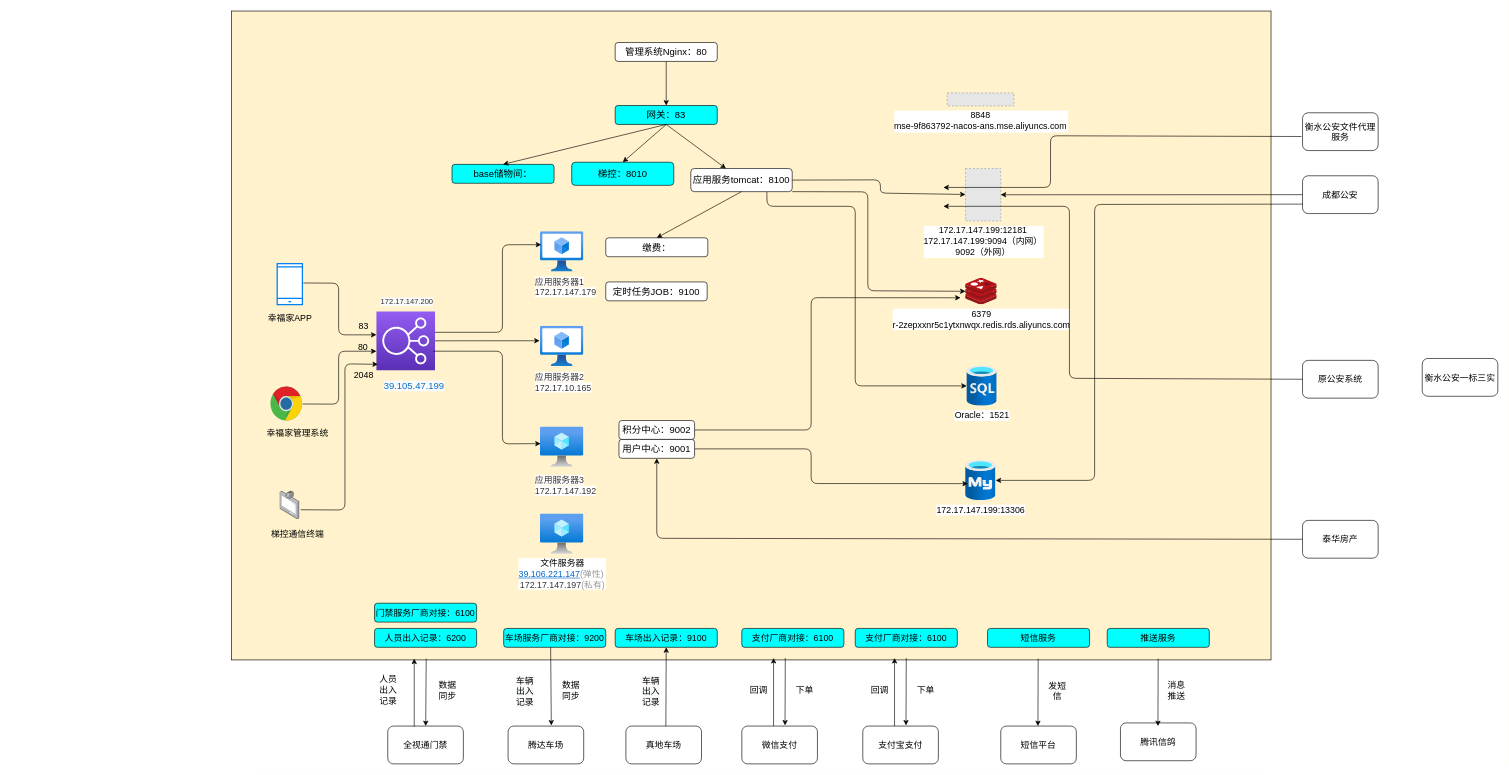
Before: page "幸福家社区" (4 of 4) of heng_community.drawio in jeffmacn/myjava, a draw.io diagram. Source tidied: cells renumbered, new cells numbered last; positions are measured from the earlier drawing's top-left corner, leaving out a move shared by most shapes. Both pictures are drawn from the tidied source at 63%, with x=0, y=0 at pixel (231, 11). Pictures stored in the file or linked from it are replaced by grey dashed boxes.
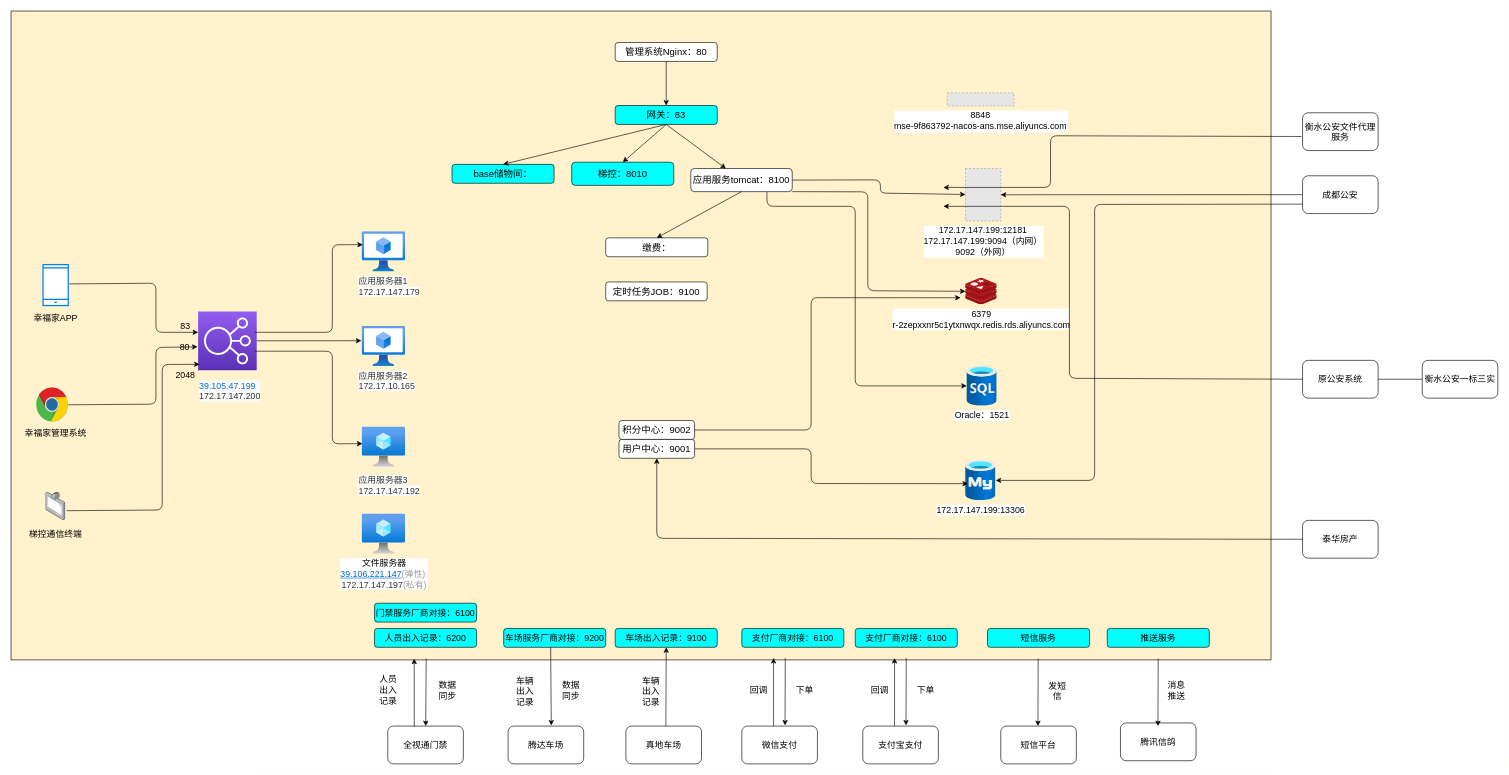
Above is the later version.

Unchanged cells that the change refers to:
```xml
<mxCell id="68" value="原公安系统" style="rounded=1;whiteSpace=wrap;html=1;fontFamily=Helvetica;fontSize=14;" parent="1" vertex="1">
  <mxGeometry x="1700" y="554.5" width="120" height="60" as="geometry" />
</mxCell>
```

What changed in the source:
```diff
@@
     <mxCell id="2" style="rounded=0;whiteSpace=wrap;html=1;fontFamily=Helvetica;fontSize=14;fillColor=#FFF2CC;" parent="1" vertex="1">
-      <mxGeometry width="1650" height="1030" as="geometry" />
+      <mxGeometry x="-350" width="2000" height="1030" as="geometry" />
     </mxCell>
     <mxCell id="3" style="html=1;points=[];align=center;image;fontSize=14;image=img/lib/azure2/compute/Virtual_Machine.svg;" parent="1" vertex="1">
-      <mxGeometry x="490" y="660" width="69" height="64" as="geometry" />
+      <mxGeometry x="207" y="660" width="69" height="64" as="geometry" />
     </mxCell>
     <mxCell id="4" style="html=1;points=[];align=center;image;fontSize=14;image=img/lib/azure2/compute/Virtual_Machines_Classic.svg;" parent="1" vertex="1">
-      <mxGeometry x="490" y="500" width="69" height="64" as="geometry" />
+      <mxGeometry x="207" y="500" width="69" height="64" as="geometry" />
     </mxCell>
     <mxCell id="5" style="html=1;points=[];align=center;image;fontSize=14;image=img/lib/azure2/compute/Virtual_Machines_Classic.svg;" parent="1" vertex="1">
-      <mxGeometry x="490" y="350" width="69" height="64" as="geometry" />
+      <mxGeometry x="207" y="350" width="69" height="64" as="geometry" />
     </mxCell>
     <mxCell id="6" style="outlineConnect=0;fontColor=#232F3E;gradientColor=#945DF2;gradientDirection=north;fillColor=#5A30B5;strokeColor=#ffffff;dashed=0;verticalLabelPosition=bottom;verticalAlign=top;align=center;html=1;fontSize=14;fontStyle=0;shape=mxgraph.aws4.resourceIcon;resIcon=mxgraph.aws4.elastic_load_balancing;" parent="1" vertex="1">
-      <mxGeometry x="230" y="477" width="93" height="93" as="geometry" />
+      <mxGeometry x="-53" y="477" width="93" height="93" as="geometry" />
     </mxCell>
     <mxCell id="7" style="dashed=0;outlineConnect=0;html=1;align=center;labelPosition=center;verticalLabelPosition=bottom;verticalAlign=top;shape=mxgraph.weblogos.chrome;fontSize=14;" parent="1" vertex="1">
-      <mxGeometry x="61.7" y="596" width="50.8" height="55.4" as="geometry" />
+      <mxGeometry x="-310" y="597.5" width="50.8" height="55.4" as="geometry" />
     </mxCell>
     <mxCell id="8" value="&lt;span style=&quot;color: rgb(51 , 51 , 51) ; font-size: 14px ; font-style: normal ; font-weight: 400 ; letter-spacing: normal ; text-indent: 0px ; text-transform: none ; word-spacing: 0px ; background-color: rgb(255 , 255 , 255) ; display: inline ; float: none&quot;&gt;应用服务器1&lt;br style=&quot;font-size: 14px&quot;&gt;172.17.147.179&lt;/span&gt;" style="text;whiteSpace=wrap;html=1;fontSize=14;" parent="1" vertex="1">
-      <mxGeometry x="480" y="415" width="110" height="26" as="geometry" />
+      <mxGeometry x="200" y="414" width="110" height="26" as="geometry" />
     </mxCell>
     <mxCell id="9" value="&lt;span style=&quot;color: rgb(51 , 51 , 51) ; font-size: 14px ; font-style: normal ; font-weight: 400 ; letter-spacing: normal ; text-indent: 0px ; text-transform: none ; word-spacing: 0px ; background-color: rgb(255 , 255 , 255) ; display: inline ; float: none&quot;&gt;应用服务器2&lt;br style=&quot;font-size: 14px&quot;&gt;172.17.10.165&lt;/span&gt;" style="text;whiteSpace=wrap;html=1;fontSize=14;" parent="1" vertex="1">
-      <mxGeometry x="480" y="566" width="110" height="34" as="geometry" />
+      <mxGeometry x="200" y="563.5" width="110" height="34" as="geometry" />
     </mxCell>
     <mxCell id="10" value="&lt;span style=&quot;color: rgb(51 , 51 , 51) ; font-size: 14px ; font-style: normal ; font-weight: 400 ; letter-spacing: normal ; text-indent: 0px ; text-transform: none ; word-spacing: 0px ; background-color: rgb(255 , 255 , 255) ; display: inline ; float: none&quot;&gt;应用服务器3&lt;br style=&quot;font-size: 14px&quot;&gt;172.17.147.192&lt;/span&gt;" style="text;whiteSpace=wrap;html=1;fontSize=14;" parent="1" vertex="1">
-      <mxGeometry x="480" y="730" width="110" height="30" as="geometry" />
+      <mxGeometry x="200" y="730" width="110" height="30" as="geometry" />
     </mxCell>
@@
     <mxCell id="21" style="html=1;verticalLabelPosition=bottom;align=center;labelBackgroundColor=#ffffff;verticalAlign=top;strokeWidth=2;strokeColor=#0080F0;shadow=0;dashed=0;shape=mxgraph.ios7.icons.smartphone;fontSize=14;" parent="1" vertex="1">
-      <mxGeometry x="72.5" y="401" width="40" height="65" as="geometry" />
+      <mxGeometry x="-299.2" y="402.5" width="40" height="65" as="geometry" />
     </mxCell>
-    <mxCell id="22" style="endArrow=classic;html=1;exitX=1.038;exitY=0.472;exitDx=0;exitDy=0;exitPerimeter=0;fontSize=14;" parent="1" edge="1" source="21">
+    <mxCell id="22" style="endArrow=classic;html=1;exitX=1.038;exitY=0.472;exitDx=0;exitDy=0;exitPerimeter=0;fontSize=14;entryX=1;entryY=1;entryDx=0;entryDy=0;" parent="1" edge="1" source="21" target="23">
       <mxGeometry relative="1" as="geometry">
-        <mxPoint x="230" y="514" as="targetPoint" />
         <Array as="points">
-          <mxPoint x="170" y="432" />
-          <mxPoint x="170" y="514" />
+          <mxPoint x="-120" y="432" />
+          <mxPoint x="-120" y="510" />
         </Array>
       </mxGeometry>
     </mxCell>
     <mxCell id="23" value="83" style="text;html=1;strokeColor=none;fillColor=none;align=center;verticalAlign=middle;whiteSpace=wrap;rounded=0;fontSize=14;" parent="1" vertex="1">
-      <mxGeometry x="190" y="490" width="40" height="20" as="geometry" />
+      <mxGeometry x="-93" y="490" width="40" height="20" as="geometry" />
     </mxCell>
-    <mxCell id="24" style="endArrow=classic;html=1;fontSize=14;entryX=1;entryY=0.25;entryDx=0;entryDy=0;" parent="1" edge="1" source="7">
+    <mxCell id="24" style="endArrow=classic;html=1;fontSize=14;entryX=1;entryY=0.5;entryDx=0;entryDy=0;" parent="1" edge="1" source="7" target="28">
       <mxGeometry relative="1" as="geometry">
-        <mxPoint x="230" y="540" as="targetPoint" />
         <Array as="points">
-          <mxPoint x="170" y="624" />
-          <mxPoint x="170" y="540" />
+          <mxPoint x="-120" y="624" />
+          <mxPoint x="-120" y="534" />
         </Array>
       </mxGeometry>
     </mxCell>
     <mxCell id="25" style="points=[];html=1;align=center;shadow=0;dashed=0;image;image=img/lib/allied_telesis/computer_and_terminals/Vdeo_Conference_Terminal.svg;fontSize=14;" parent="1" vertex="1">
-      <mxGeometry x="76.6" y="762" width="31.8" height="45" as="geometry" />
+      <mxGeometry x="-295.1" y="763.5" width="31.8" height="45" as="geometry" />
     </mxCell>
     <mxCell id="26" style="endArrow=classic;html=1;fontSize=14;exitX=1.045;exitY=0.659;exitDx=0;exitDy=0;exitPerimeter=0;entryX=1.058;entryY=-0.358;entryDx=0;entryDy=0;entryPerimeter=0;" parent="1" edge="1" source="25" target="27">
       <mxGeometry relative="1" as="geometry">
         <Array as="points">
-          <mxPoint x="180" y="792" />
-          <mxPoint x="180" y="560" />
+          <mxPoint x="-110" y="792" />
+          <mxPoint x="-110" y="561" />
         </Array>
       </mxGeometry>
     </mxCell>
     <mxCell id="27" value="2048" style="text;html=1;strokeColor=none;fillColor=none;align=center;verticalAlign=middle;whiteSpace=wrap;rounded=0;fontSize=14;" parent="1" vertex="1">
-      <mxGeometry x="190" y="568" width="40" height="20" as="geometry" />
+      <mxGeometry x="-93" y="568" width="40" height="20" as="geometry" />
     </mxCell>
     <mxCell id="28" value="80" style="text;html=1;strokeColor=none;fillColor=none;align=center;verticalAlign=middle;whiteSpace=wrap;rounded=0;fontSize=14;" parent="1" vertex="1">
-      <mxGeometry x="189" y="524" width="40" height="20" as="geometry" />
+      <mxGeometry x="-94" y="523" width="40" height="20" as="geometry" />
     </mxCell>
     <mxCell id="29" value="幸福家管理系统" style="text;html=1;strokeColor=none;fillColor=none;align=center;verticalAlign=middle;whiteSpace=wrap;rounded=0;fontSize=14;" parent="1" vertex="1">
-      <mxGeometry x="50" y="660" width="110" height="20" as="geometry" />
+      <mxGeometry x="-334.2" y="660" width="110" height="20" as="geometry" />
     </mxCell>
     <mxCell id="30" value="幸福家APP" style="text;html=1;strokeColor=none;fillColor=none;align=center;verticalAlign=middle;whiteSpace=wrap;rounded=0;fontSize=14;" parent="1" vertex="1">
-      <mxGeometry x="37.5" y="477" width="110" height="20" as="geometry" />
+      <mxGeometry x="-334.2" y="477" width="110" height="20" as="geometry" />
     </mxCell>
     <mxCell id="31" value="梯控通信终端" style="text;html=1;strokeColor=none;fillColor=none;align=center;verticalAlign=middle;whiteSpace=wrap;rounded=0;fontSize=14;" parent="1" vertex="1">
-      <mxGeometry x="50" y="820" width="110" height="20" as="geometry" />
+      <mxGeometry x="-334.2" y="820" width="110" height="20" as="geometry" />
     </mxCell>
-    <mxCell id="32" value="&lt;a class=&quot;channel-link&quot; href=&quot;https://ip.console.aliyun.com/#/eip/cn-beijing?queryKey=AllocationId&amp;amp;queryValue=eip-2zewevvvu7jp09orlsbn4&quot; target=&quot;_blank&quot; style=&quot;box-sizing: border-box; background-color: rgb(250, 250, 250); text-decoration: none; color: rgb(0, 112, 204); font-size: 15px; font-style: normal; font-weight: 400; letter-spacing: normal; text-indent: 0px; text-transform: none; word-spacing: 0px; cursor: pointer;&quot;&gt;&lt;span class=&quot;id-text&quot; style=&quot;box-sizing: border-box; word-break: keep-all; display: inline-block; font-size: 15px;&quot;&gt;39.105.47.199&lt;/span&gt;&lt;/a&gt;" style="text;whiteSpace=wrap;html=1;fontSize=15;fontFamily=Helvetica;" parent="1" vertex="1">
-      <mxGeometry x="240" y="580" width="100" height="30" as="geometry" />
+    <mxCell id="32" value="&lt;span class=&quot;id-text&quot; style=&quot;box-sizing: border-box; background-color: rgb(250, 250, 250); text-decoration: none; color: rgb(0, 112, 204); font-size: 14px; font-style: normal; font-weight: 400; letter-spacing: normal; text-indent: 0px; text-transform: none; word-spacing: 0px; cursor: pointer; word-break: keep-all; display: inline-block;&quot;&gt;&lt;a class=&quot;channel-link&quot; href=&quot;https://ip.console.aliyun.com/#/eip/cn-beijing?queryKey=AllocationId&amp;amp;queryValue=eip-2zewevvvu7jp09orlsbn4&quot; target=&quot;_blank&quot; style=&quot;box-sizing: border-box; background-color: rgb(250, 250, 250); text-decoration: none; color: rgb(0, 112, 204); font-size: 14px; font-style: normal; font-weight: 400; letter-spacing: normal; text-indent: 0px; text-transform: none; word-spacing: 0px; cursor: pointer;&quot;&gt;39.105.47.199&lt;/a&gt;&lt;br style=&quot;font-size: 14px;&quot;&gt;&lt;span style=&quot;color: rgb(51, 51, 51); font-size: 14px;&quot;&gt;172.17.147.200&lt;/span&gt;&lt;br style=&quot;font-size: 14px;&quot;&gt;&lt;/span&gt;" style="text;whiteSpace=wrap;html=1;fontSize=14;fontFamily=Helvetica;" parent="1" vertex="1">
+      <mxGeometry x="-53" y="580" width="100" height="30" as="geometry" />
     </mxCell>
-    <mxCell id="33" value="&lt;span style=&quot;color: rgb(51, 51, 51); font-size: 12px; font-style: normal; font-weight: 400; letter-spacing: normal; text-indent: 0px; text-transform: none; word-spacing: 0px; background-color: rgb(250, 250, 250); display: inline; float: none;&quot;&gt;172.17.147.200&lt;/span&gt;" style="text;whiteSpace=wrap;html=1;fontSize=15;fontFamily=Helvetica;" parent="1" vertex="1">
-      <mxGeometry x="235" y="445" width="110" height="30" as="geometry" />
-    </mxCell>
     <mxCell id="34" style="endArrow=classic;html=1;fontFamily=Helvetica;fontSize=15;entryX=0.022;entryY=0.326;entryDx=0;entryDy=0;entryPerimeter=0;" parent="1" edge="1" target="5">
       <mxGeometry relative="1" as="geometry">
-        <mxPoint x="323" y="510" as="sourcePoint" />
+        <mxPoint x="37" y="510" as="sourcePoint" />
         <Array as="points">
-          <mxPoint x="430" y="510" />
-          <mxPoint x="430" y="371" />
+          <mxPoint x="160" y="510" />
+          <mxPoint x="160" y="371" />
         </Array>
       </mxGeometry>
     </mxCell>
@@
     <mxCell id="36" style="endArrow=classic;html=1;fontFamily=Helvetica;fontSize=15;exitX=0.968;exitY=0.677;exitDx=0;exitDy=0;exitPerimeter=0;entryX=0.01;entryY=0.417;entryDx=0;entryDy=0;entryPerimeter=0;" parent="1" edge="1" source="6" target="3">
       <mxGeometry relative="1" as="geometry">
         <Array as="points">
-          <mxPoint x="430" y="540" />
-          <mxPoint x="430" y="687" />
+          <mxPoint x="160" y="540" />
+          <mxPoint x="160" y="687" />
         </Array>
       </mxGeometry>
     </mxCell>
@@
     <mxCell id="62" value="文件服务器&lt;br style=&quot;font-size: 14px;&quot;&gt;&lt;p class=&quot;ng-scope&quot; style=&quot;box-sizing: border-box; margin: 0px; color: rgb(51, 51, 51); font-size: 14px;&quot;&gt;&lt;span class=&quot;ng-isolate-scope&quot; style=&quot;box-sizing: border-box; font-size: 14px;&quot;&gt;&lt;a target=&quot;_blank&quot; href=&quot;https://vpcnext.console.aliyun.com/eip/#/eip/cn-beijing?queryKey=AllocationId&amp;amp;queryValue=eip-2ze999lpqguwm69ppwvfx&quot; class=&quot;ng-scope ng-binding&quot; style=&quot;box-sizing: border-box; background: transparent; color: rgb(0, 102, 204); cursor: pointer; font-size: 14px;&quot;&gt;39.106.221.147&lt;/a&gt;&lt;/span&gt;&lt;span class=&quot;text-muted&quot; style=&quot;box-sizing: border-box; color: rgb(153, 153, 153); font-size: 14px;&quot;&gt;(弹性)&lt;/span&gt;&lt;span class=&quot;ng-isolate-scope&quot; style=&quot;box-sizing: border-box; font-size: 14px;&quot;&gt;&lt;span class=&quot;text-muted text-size-14 hide-visibility&quot; title=&quot;复制到剪贴板&quot; style=&quot;box-sizing: border-box; color: rgb(153, 153, 153); font-size: 14px; visibility: hidden; cursor: pointer; padding: 0px 2px;&quot;&gt;&lt;span class=&quot;icon-buy-image&quot; style=&quot;box-sizing: border-box; speak: none; line-height: 1; font-family: important; font-size: 14px;&quot;&gt;&lt;/span&gt;&lt;/span&gt;&lt;/span&gt;&lt;/p&gt;&lt;p class=&quot;ng-scope ng-binding&quot; style=&quot;box-sizing: border-box; margin: 0px; color: rgb(51, 51, 51); font-size: 14px;&quot;&gt;172.17.147.197&lt;span class=&quot;text-muted&quot; style=&quot;box-sizing: border-box; color: rgb(153, 153, 153); font-size: 14px;&quot;&gt;(私有)&lt;/span&gt;&lt;/p&gt;" style="html=1;align=center;image;fontSize=14;image=img/lib/azure2/compute/Virtual_Machine.svg;" parent="1" vertex="1">
-      <mxGeometry x="490" y="798" width="69" height="64" as="geometry" />
+      <mxGeometry x="207" y="798" width="69" height="64" as="geometry" />
     </mxCell>
@@
     <mxCell id="69" value="衡水公安一标三实" style="rounded=1;whiteSpace=wrap;html=1;fontFamily=Helvetica;fontSize=14;" parent="1" vertex="1">
-      <mxGeometry x="1890" y="551.5" width="120" height="60" as="geometry" />
+      <mxGeometry x="1890" y="554.5" width="120" height="60" as="geometry" />
     </mxCell>
@@
+    <mxCell id="98" style="endArrow=none;html=1;fontFamily=Helvetica;fontSize=14;exitX=1;exitY=0.5;exitDx=0;exitDy=0;" parent="1" edge="1" source="68" target="69">
+      <mxGeometry relative="1" as="geometry" />
+    </mxCell>
```
